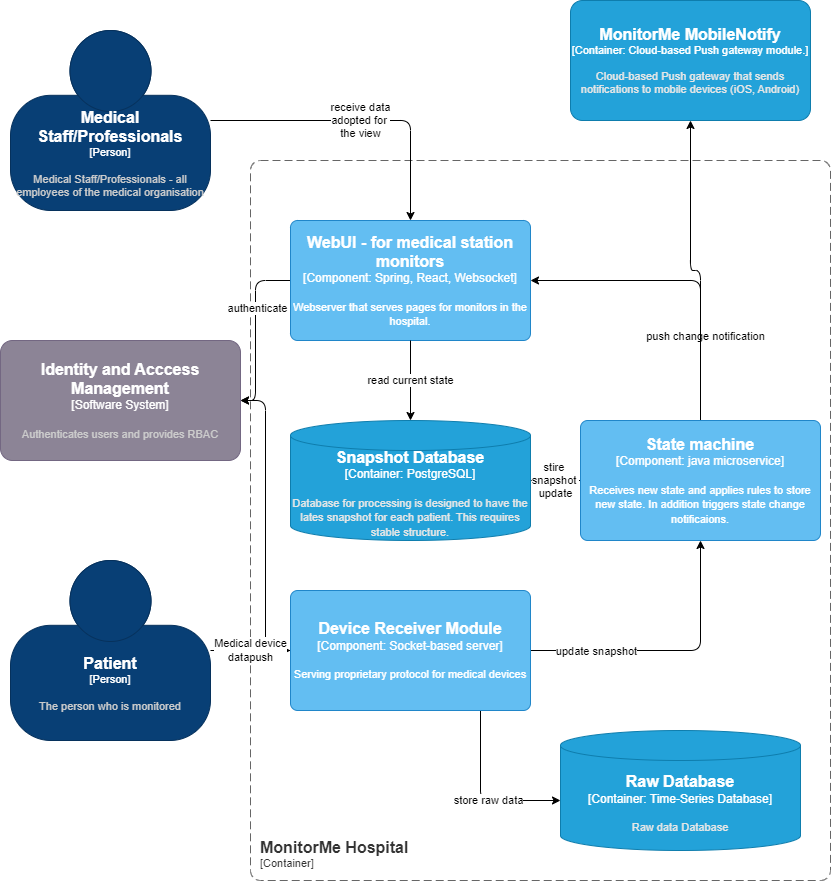
Above: images/component-diagram-monitorme-hospital.drawio.png in formalizator/Ctrl-Arch-Elite (draw.io), before the change. Source tidied: cells renumbered, new cells last; positions are measured from the earlier drawing's top-left corner, leaving out a move shared by most shapes.
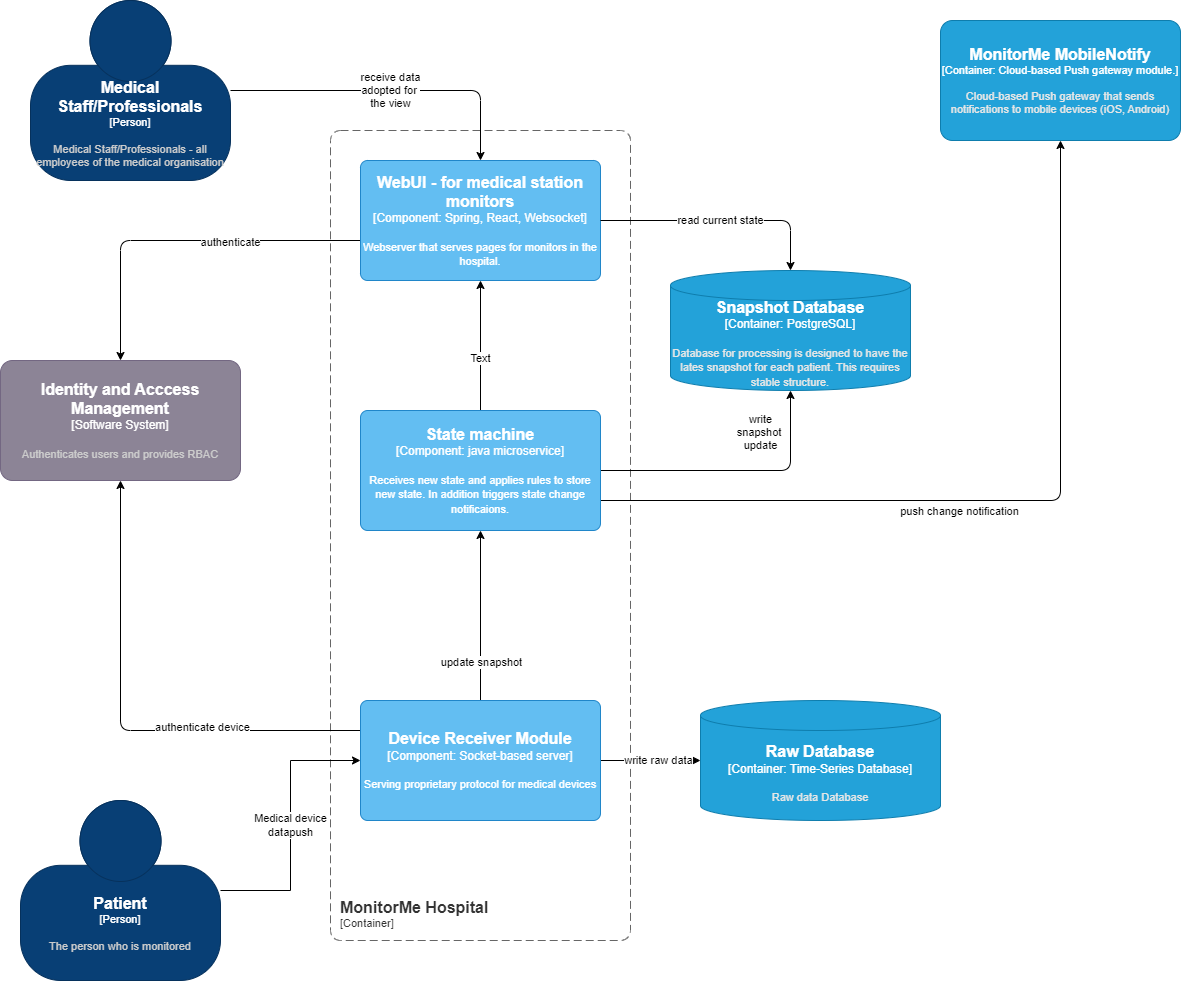
Later version of the same file.

What changed in the source:
```diff
@@ -4,17 +4,17 @@
     <mxCell id="1" parent="0" />
     <object id="2" label="&lt;font style=&quot;font-size: 16px&quot;&gt;&lt;b&gt;&lt;div style=&quot;text-align: left&quot;&gt;%c4Name%&lt;/div&gt;&lt;/b&gt;&lt;/font&gt;&lt;div style=&quot;text-align: left&quot;&gt;[%c4Application%]&lt;/div&gt;" c4Application="Container" c4Name="MonitorMe Hospital" c4Type="ContainerScopeBoundary" placeholders="1">
       <mxCell style="rounded=1;fontSize=11;whiteSpace=wrap;html=1;dashed=1;arcSize=20;fillColor=none;strokeColor=#666666;fontColor=#333333;labelBackgroundColor=none;align=left;verticalAlign=bottom;labelBorderColor=none;spacingTop=0;spacing=10;dashPattern=8 4;perimeter=rectanglePerimeter;noLabel=0;labelPadding=0;absoluteArcSize=1;" parent="1" vertex="1">
-        <mxGeometry x="250" y="160" width="580" height="720" as="geometry" />
+        <mxGeometry x="340" y="160" width="300" height="810" as="geometry" />
       </mxCell>
     </object>
-    <mxCell id="3" style="edgeStyle=orthogonalEdgeStyle;html=1;" parent="1" edge="1" source="8" target="14">
+    <mxCell id="3" style="edgeStyle=orthogonalEdgeStyle;html=1;entryX=0;entryY=0.5;entryDx=0;entryDy=0;entryPerimeter=0;exitX=1;exitY=0.5;exitDx=0;exitDy=0;exitPerimeter=0;" parent="1" edge="1" source="8" target="14">
       <mxGeometry relative="1" as="geometry">
         <Array as="points">
-          <mxPoint x="480" y="800" />
+          <mxPoint x="680" y="790" />
         </Array>
       </mxGeometry>
     </mxCell>
-    <mxCell id="4" value="store raw data" style="edgeLabel;html=1;align=center;verticalAlign=middle;" parent="3" vertex="1">
+    <mxCell id="4" value="write raw data" style="edgeLabel;html=1;align=center;verticalAlign=middle;" parent="3" vertex="1">
       <mxGeometry x="0.14" y="1" relative="1" as="geometry" />
     </mxCell>
     <mxCell id="5" style="edgeStyle=orthogonalEdgeStyle;html=1;" parent="1" edge="1" source="8" target="23">
@@ -23,27 +23,33 @@
     <mxCell id="6" value="update snapshot" style="edgeLabel;html=1;align=center;verticalAlign=middle;" parent="5" vertex="1">
       <mxGeometry x="-0.54" relative="1" as="geometry" />
     </mxCell>
-    <mxCell id="7" style="edgeStyle=orthogonalEdgeStyle;html=1;entryX=1;entryY=0.5;entryDx=0;entryDy=0;entryPerimeter=0;" parent="1" edge="1" source="8" target="25">
-      <mxGeometry relative="1" as="geometry" />
+    <mxCell id="7" style="edgeStyle=orthogonalEdgeStyle;html=1;entryX=0.5;entryY=1;entryDx=0;entryDy=0;entryPerimeter=0;exitX=0;exitY=0.25;exitDx=0;exitDy=0;exitPerimeter=0;" parent="1" edge="1" source="8" target="25">
+      <mxGeometry relative="1" as="geometry">
+        <Array as="points">
+          <mxPoint x="130" y="760" />
+        </Array>
+      </mxGeometry>
     </mxCell>
+    <mxCell id="26" value="authenticate device" style="edgeLabel;html=1;align=center;verticalAlign=middle;" parent="7" vertex="1">
+      <mxGeometry x="-0.35" y="-4" relative="1" as="geometry" />
+    </mxCell>
     <object id="8" label="&lt;font style=&quot;font-size: 16px&quot;&gt;&lt;b&gt;%c4Name%&lt;/b&gt;&lt;/font&gt;&lt;div&gt;[%c4Type%: %c4Technology%]&lt;/div&gt;&lt;br&gt;&lt;div&gt;&lt;font style=&quot;font-size: 11px&quot;&gt;%c4Description%&lt;/font&gt;&lt;/div&gt;" c4Description="Serving proprietary protocol for medical devices" c4Name="Device Receiver Module" c4Technology="Socket-based server" c4Type="Component" placeholders="1">
       <mxCell style="rounded=1;whiteSpace=wrap;html=1;labelBackgroundColor=none;fillColor=#63BEF2;fontColor=#ffffff;align=center;arcSize=6;strokeColor=#2086C9;points=[[0.25,0,0],[0.5,0,0],[0.75,0,0],[1,0.25,0],[1,0.5,0],[1,0.75,0],[0.75,1,0],[0.5,1,0],[0.25,1,0],[0,0.75,0],[0,0.5,0],[0,0.25,0]];" parent="1" vertex="1">
-        <mxGeometry x="290" y="590" width="240" height="120" as="geometry" />
+        <mxGeometry x="370" y="730" width="240" height="120" as="geometry" />
       </mxCell>
     </object>
     <object id="9" label="&lt;font style=&quot;font-size: 16px&quot;&gt;&lt;b&gt;%c4Name%&lt;/b&gt;&lt;/font&gt;&lt;div&gt;[%c4Type%]&lt;/div&gt;&lt;br&gt;&lt;div&gt;&lt;font style=&quot;font-size: 11px&quot;&gt;&lt;font color=&quot;#cccccc&quot;&gt;%c4Description%&lt;/font&gt;&lt;/div&gt;" c4Description="The person who is monitored" c4Name="Patient" c4Type="Person" placeholders="1">
       <mxCell style="html=1;fontSize=11;dashed=0;whiteSpace=wrap;fillColor=#083F75;strokeColor=#06315C;fontColor=#ffffff;shape=mxgraph.c4.person2;align=center;points=[[0.5,0,0],[1,0.5,0],[1,0.75,0],[0.75,1,0],[0.5,1,0],[0.25,1,0],[0,0.75,0],[0,0.5,0]];" parent="1" vertex="1">
-        <mxGeometry x="10" y="560" width="200" height="180" as="geometry" />
+        <mxGeometry x="30" y="830" width="200" height="180" as="geometry" />
       </mxCell>
     </object>
     <mxCell id="10" value="Medical device &lt;br&gt;datapush" style="edgeStyle=orthogonalEdgeStyle;rounded=0;jettySize=auto;html=1;entryX=0;entryY=0.5;entryDx=0;entryDy=0;entryPerimeter=0;" parent="1" edge="1" source="9" target="8">
       <mxGeometry relative="1" as="geometry" />
     </mxCell>
-    <mxCell id="11" style="edgeStyle=orthogonalEdgeStyle;html=1;entryX=1;entryY=0.5;entryDx=0;entryDy=0;entryPerimeter=0;" parent="1" edge="1" source="13" target="25">
+    <mxCell id="11" style="edgeStyle=orthogonalEdgeStyle;html=1;entryX=0.5;entryY=0;entryDx=0;entryDy=0;entryPerimeter=0;" parent="1" edge="1" source="13" target="25">
       <mxGeometry relative="1" as="geometry">
         <Array as="points">
-          <mxPoint x="255" y="280" />
-          <mxPoint x="255" y="400" />
+          <mxPoint x="130" y="270" />
         </Array>
       </mxGeometry>
     </mxCell>
@@ -52,12 +58,12 @@
     </mxCell>
     <object id="13" label="&lt;font style=&quot;font-size: 16px&quot;&gt;&lt;b&gt;%c4Name%&lt;/b&gt;&lt;/font&gt;&lt;div&gt;[%c4Type%: %c4Technology%]&lt;/div&gt;&lt;br&gt;&lt;div&gt;&lt;font style=&quot;font-size: 11px&quot;&gt;%c4Description%&lt;/font&gt;&lt;/div&gt;" c4Description="Webserver that serves pages for monitors in the hospital." c4Name="WebUI - for medical station monitors" c4Technology="Spring, React, Websocket" c4Type="Component" placeholders="1">
       <mxCell style="rounded=1;whiteSpace=wrap;html=1;labelBackgroundColor=none;fillColor=#63BEF2;fontColor=#ffffff;align=center;arcSize=6;strokeColor=#2086C9;points=[[0.25,0,0],[0.5,0,0],[0.75,0,0],[1,0.25,0],[1,0.5,0],[1,0.75,0],[0.75,1,0],[0.5,1,0],[0.25,1,0],[0,0.75,0],[0,0.5,0],[0,0.25,0]];" parent="1" vertex="1">
-        <mxGeometry x="290" y="220" width="240" height="120" as="geometry" />
+        <mxGeometry x="370" y="190" width="240" height="120" as="geometry" />
       </mxCell>
     </object>
     <object id="14" label="&lt;font style=&quot;font-size: 16px&quot;&gt;&lt;b&gt;%c4Type%&lt;/b&gt;&lt;/font&gt;&lt;div&gt;[%c4Container%:&amp;nbsp;%c4Technology%]&lt;/div&gt;&lt;br&gt;&lt;div&gt;&lt;font style=&quot;font-size: 11px&quot;&gt;&lt;font color=&quot;#E6E6E6&quot;&gt;%c4Description%&lt;/font&gt;&lt;/div&gt;" c4Container="Container" c4Description="Raw data Database" c4Technology="Time-Series Database" c4Type="Raw Database" placeholders="1">
       <mxCell style="shape=cylinder3;size=15;whiteSpace=wrap;html=1;boundedLbl=1;rounded=0;labelBackgroundColor=none;fillColor=#23A2D9;fontSize=12;fontColor=#ffffff;align=center;strokeColor=#0E7DAD;points=[[0.5,0,0],[1,0.25,0],[1,0.5,0],[1,0.75,0],[0.5,1,0],[0,0.75,0],[0,0.5,0],[0,0.25,0]];" parent="1" vertex="1">
-        <mxGeometry x="560" y="730" width="240" height="120" as="geometry" />
+        <mxGeometry x="710" y="730" width="240" height="120" as="geometry" />
       </mxCell>
     </object>
     <mxCell id="15" value="receive data&lt;br&gt;adopted for&amp;nbsp;&lt;br&gt;the view" style="edgeStyle=orthogonalEdgeStyle;html=1;entryX=0.5;entryY=0;entryDx=0;entryDy=0;entryPerimeter=0;" parent="1" edge="1" source="16" target="13">
@@ -65,44 +71,51 @@
     </mxCell>
     <object id="16" label="&lt;font style=&quot;font-size: 16px&quot;&gt;&lt;b&gt;%c4Name%&lt;/b&gt;&lt;/font&gt;&lt;div&gt;[%c4Type%]&lt;/div&gt;&lt;br&gt;&lt;div&gt;&lt;font style=&quot;font-size: 11px&quot;&gt;&lt;font color=&quot;#cccccc&quot;&gt;%c4Description%&lt;/font&gt;&lt;/div&gt;" c4Description="Medical Staff/Professionals - all employees of the medical organisation" c4Name="Medical Staff/Professionals" c4Type="Person" placeholders="1">
       <mxCell style="html=1;fontSize=11;dashed=0;whiteSpace=wrap;fillColor=#083F75;strokeColor=#06315C;fontColor=#ffffff;shape=mxgraph.c4.person2;align=center;points=[[0.5,0,0],[1,0.5,0],[1,0.75,0],[0.75,1,0],[0.5,1,0],[0.25,1,0],[0,0.75,0],[0,0.5,0]];" parent="1" vertex="1">
-        <mxGeometry x="10" y="30" width="200" height="180" as="geometry" />
+        <mxGeometry x="40" y="30" width="200" height="180" as="geometry" />
       </mxCell>
     </object>
-    <mxCell id="17" value="read current state" style="edgeStyle=orthogonalEdgeStyle;html=1;exitX=0.5;exitY=1;exitDx=0;exitDy=0;exitPerimeter=0;" parent="1" edge="1" source="13" target="18">
-      <mxGeometry relative="1" as="geometry" />
+    <mxCell id="17" value="read current state" style="edgeStyle=orthogonalEdgeStyle;html=1;exitX=1;exitY=0.5;exitDx=0;exitDy=0;exitPerimeter=0;entryX=0.5;entryY=0;entryDx=0;entryDy=0;entryPerimeter=0;" parent="1" edge="1" source="13" target="18">
+      <mxGeometry relative="1" as="geometry">
+        <Array as="points">
+          <mxPoint x="800" y="250" />
+        </Array>
+      </mxGeometry>
     </mxCell>
     <object id="18" label="&lt;font style=&quot;font-size: 16px&quot;&gt;&lt;b&gt;%c4Type%&lt;/b&gt;&lt;/font&gt;&lt;div&gt;[%c4Container%:&amp;nbsp;%c4Technology%]&lt;/div&gt;&lt;br&gt;&lt;div&gt;&lt;font style=&quot;font-size: 11px&quot;&gt;&lt;font color=&quot;#E6E6E6&quot;&gt;%c4Description%&lt;/font&gt;&lt;/div&gt;" c4Container="Container" c4Description="Database for processing is designed to have the lates snapshot for each patient. This requires stable structure." c4Technology="PostgreSQL" c4Type="Snapshot Database" placeholders="1">
       <mxCell style="shape=cylinder3;size=15;whiteSpace=wrap;html=1;boundedLbl=1;rounded=0;labelBackgroundColor=none;fillColor=#23A2D9;fontSize=12;fontColor=#ffffff;align=center;strokeColor=#0E7DAD;points=[[0.5,0,0],[1,0.25,0],[1,0.5,0],[1,0.75,0],[0.5,1,0],[0,0.75,0],[0,0.5,0],[0,0.25,0]];" parent="1" vertex="1">
-        <mxGeometry x="290" y="420" width="240" height="120" as="geometry" />
+        <mxGeometry x="680" y="300" width="240" height="120" as="geometry" />
       </mxCell>
     </object>
-    <mxCell id="19" value="stire&amp;nbsp;&lt;br&gt;snapshot&amp;nbsp;&lt;br&gt;update" style="edgeStyle=orthogonalEdgeStyle;html=1;" parent="1" edge="1" source="23" target="18">
-      <mxGeometry relative="1" as="geometry" />
+    <mxCell id="19" value="write &lt;br&gt;snapshot&amp;nbsp;&lt;br&gt;update" style="edgeStyle=orthogonalEdgeStyle;html=1;" parent="1" edge="1" source="23" target="18">
+      <mxGeometry x="0.69" y="30" relative="1" as="geometry" />
     </mxCell>
-    <mxCell id="20" style="edgeStyle=orthogonalEdgeStyle;html=1;" parent="1" edge="1" source="23" target="24">
+    <mxCell id="20" style="edgeStyle=orthogonalEdgeStyle;html=1;exitX=1;exitY=0.75;exitDx=0;exitDy=0;exitPerimeter=0;" parent="1" edge="1" source="23" target="24">
       <mxGeometry relative="1" as="geometry" />
     </mxCell>
     <mxCell id="21" value="push change notification" style="edgeLabel;html=1;align=center;verticalAlign=middle;" parent="20" vertex="1">
       <mxGeometry x="-0.09" y="-4" relative="1" as="geometry">
-        <mxPoint y="56" as="offset" />
+        <mxPoint x="-14" y="6" as="offset" />
       </mxGeometry>
     </mxCell>
-    <mxCell id="22" style="edgeStyle=orthogonalEdgeStyle;html=1;entryX=1;entryY=0.5;entryDx=0;entryDy=0;entryPerimeter=0;exitX=0.5;exitY=0;exitDx=0;exitDy=0;exitPerimeter=0;" parent="1" edge="1" source="23" target="13">
+    <mxCell id="22" style="edgeStyle=orthogonalEdgeStyle;html=1;entryX=0.5;entryY=1;entryDx=0;entryDy=0;entryPerimeter=0;exitX=0.5;exitY=0;exitDx=0;exitDy=0;exitPerimeter=0;" parent="1" edge="1" source="23" target="13">
       <mxGeometry relative="1" as="geometry" />
     </mxCell>
+    <mxCell id="27" value="Text" style="edgeLabel;html=1;align=center;verticalAlign=middle;" parent="22" vertex="1">
+      <mxGeometry x="-0.19" y="1" relative="1" as="geometry" />
+    </mxCell>
     <object id="23" label="&lt;font style=&quot;font-size: 16px&quot;&gt;&lt;b&gt;%c4Name%&lt;/b&gt;&lt;/font&gt;&lt;div&gt;[%c4Type%: %c4Technology%]&lt;/div&gt;&lt;br&gt;&lt;div&gt;&lt;font style=&quot;font-size: 11px&quot;&gt;%c4Description%&lt;/font&gt;&lt;/div&gt;" c4Description="Receives new state and applies rules to store new state. In addition triggers state change notificaions." c4Name="State machine" c4Technology="java microservice" c4Type="Component" placeholders="1">
       <mxCell style="rounded=1;whiteSpace=wrap;html=1;labelBackgroundColor=none;fillColor=#63BEF2;fontColor=#ffffff;align=center;arcSize=6;strokeColor=#2086C9;points=[[0.25,0,0],[0.5,0,0],[0.75,0,0],[1,0.25,0],[1,0.5,0],[1,0.75,0],[0.75,1,0],[0.5,1,0],[0.25,1,0],[0,0.75,0],[0,0.5,0],[0,0.25,0]];" parent="1" vertex="1">
-        <mxGeometry x="580" y="420" width="240" height="120" as="geometry" />
+        <mxGeometry x="370" y="440" width="240" height="120" as="geometry" />
       </mxCell>
     </object>
     <object id="24" label="&lt;font style=&quot;font-size: 16px&quot;&gt;&lt;b&gt;%c4Name%&lt;/b&gt;&lt;/font&gt;&lt;div&gt;[%c4Type%: %c4Technology%]&lt;/div&gt;&lt;br&gt;&lt;div&gt;&lt;font style=&quot;font-size: 11px&quot;&gt;&lt;font color=&quot;#E6E6E6&quot;&gt;%c4Description%&lt;/font&gt;&lt;/div&gt;" c4Description="Cloud-based Push gateway that sends notifications to mobile devices (iOS, Android)" c4Name="MonitorMe MobileNotify" c4Technology="Cloud-based Push gateway module." c4Type="Container" placeholders="1">
       <mxCell style="rounded=1;whiteSpace=wrap;html=1;fontSize=11;labelBackgroundColor=none;fillColor=#23A2D9;fontColor=#ffffff;align=center;arcSize=10;strokeColor=#0E7DAD;points=[[0.25,0,0],[0.5,0,0],[0.75,0,0],[1,0.25,0],[1,0.5,0],[1,0.75,0],[0.75,1,0],[0.5,1,0],[0.25,1,0],[0,0.75,0],[0,0.5,0],[0,0.25,0]];" parent="1" vertex="1">
-        <mxGeometry x="570" width="240" height="120" as="geometry" />
+        <mxGeometry x="950" y="50" width="240" height="120" as="geometry" />
       </mxCell>
     </object>
     <object id="25" label="&lt;font style=&quot;font-size: 16px&quot;&gt;&lt;b&gt;%c4Name%&lt;/b&gt;&lt;/font&gt;&lt;div&gt;[%c4Type%]&lt;/div&gt;&lt;br&gt;&lt;div&gt;&lt;font style=&quot;font-size: 11px&quot;&gt;&lt;font color=&quot;#cccccc&quot;&gt;%c4Description%&lt;/font&gt;&lt;/div&gt;" c4Description="Authenticates users and provides RBAC" c4Name="Identity and Acccess Management" c4Type="Software System" placeholders="1">
       <mxCell style="rounded=1;whiteSpace=wrap;html=1;labelBackgroundColor=none;fillColor=#8C8496;fontColor=#ffffff;align=center;arcSize=10;strokeColor=#736782;points=[[0.25,0,0],[0.5,0,0],[0.75,0,0],[1,0.25,0],[1,0.5,0],[1,0.75,0],[0.75,1,0],[0.5,1,0],[0.25,1,0],[0,0.75,0],[0,0.5,0],[0,0.25,0]];" parent="1" vertex="1">
-        <mxGeometry y="340" width="240" height="120" as="geometry" />
+        <mxGeometry x="10" y="390" width="240" height="120" as="geometry" />
       </mxCell>
     </object>
   </root>
```
